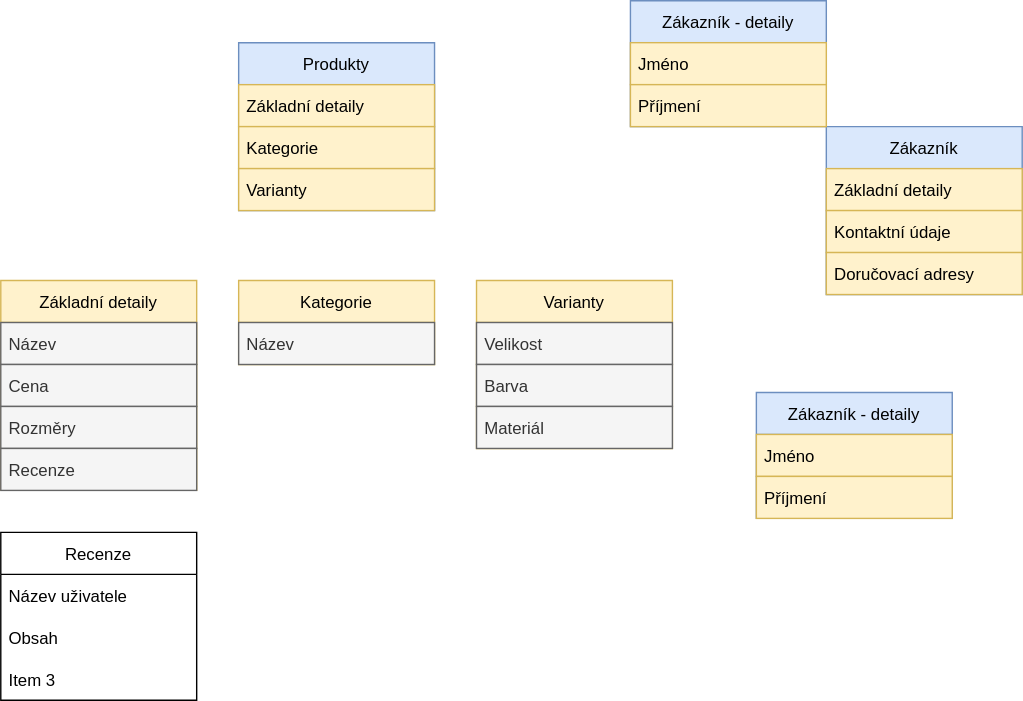
TomasKelbasa/diagrams.net keeps this draw.io diagram as Eshop.drawio.svg. Above is the earlier version. Source tidied: cells renumbered, new cells last; positions are measured from the earlier drawing's top-left corner, leaving out a move shared by most shapes.
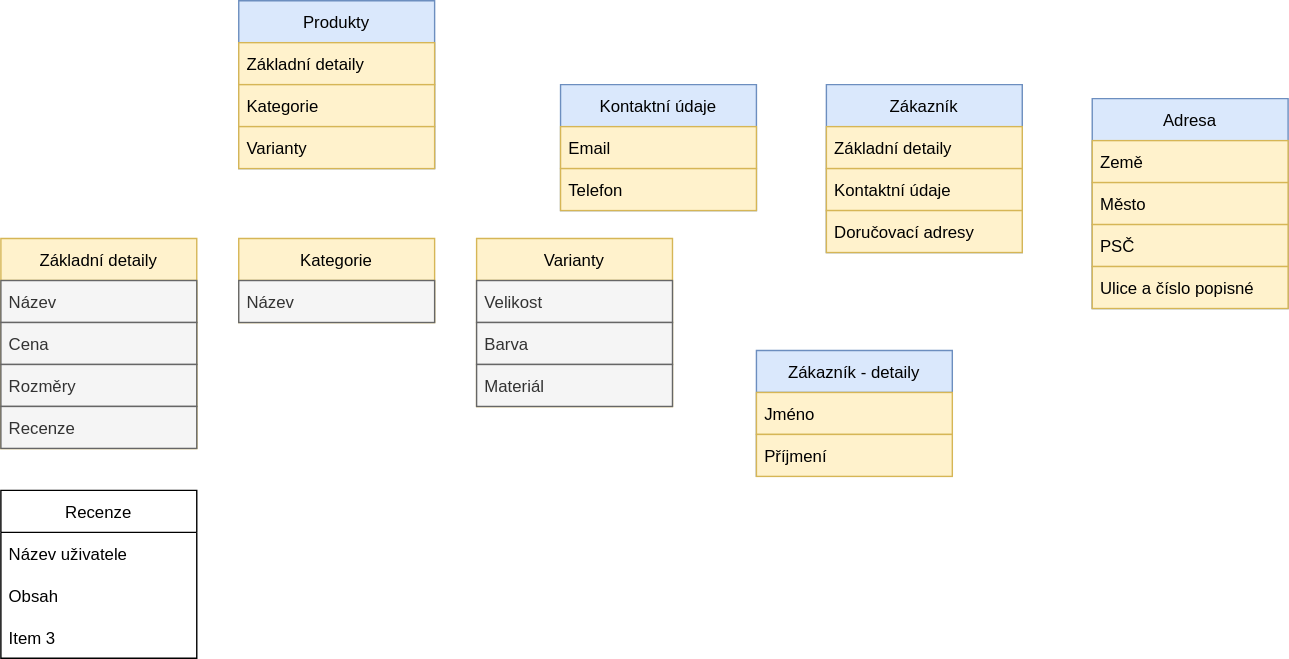
After the change.

Diff of the diagram source:
```diff
@@ -68,15 +68,30 @@
     <mxCell id="23" value="Příjmení" style="text;strokeColor=#d6b656;fillColor=#fff2cc;align=left;verticalAlign=middle;spacingLeft=4;spacingRight=4;overflow=hidden;" parent="21" vertex="1">
       <mxGeometry y="60" width="140" height="30" as="geometry" />
     </mxCell>
-    <mxCell id="24" value="Zákazník - detaily" style="swimlane;fontStyle=0;horizontal=1;startSize=30;fillColor=#dae8fc;strokeColor=#6c8ebf;" parent="1" vertex="1">
-      <mxGeometry x="450" width="140" height="90" as="geometry" />
-    </mxCell>
-    <mxCell id="25" value="Jméno" style="text;strokeColor=#d6b656;fillColor=#fff2cc;align=left;verticalAlign=middle;spacingLeft=4;spacingRight=4;overflow=hidden;" parent="24" vertex="1">
-      <mxGeometry y="30" width="140" height="30" as="geometry" />
-    </mxCell>
-    <mxCell id="26" value="Příjmení" style="text;strokeColor=#d6b656;fillColor=#fff2cc;align=left;verticalAlign=middle;spacingLeft=4;spacingRight=4;overflow=hidden;" parent="24" vertex="1">
-      <mxGeometry y="60" width="140" height="30" as="geometry" />
-    </mxCell>
+    <mxCell id="31" value="Kontaktní údaje" style="swimlane;fontStyle=0;horizontal=1;startSize=30;fillColor=#dae8fc;strokeColor=#6c8ebf;" parent="1" vertex="1">
+      <mxGeometry x="400" y="90" width="140" height="90" as="geometry" />
+    </mxCell>
+    <mxCell id="32" value="Email" style="text;strokeColor=#d6b656;fillColor=#fff2cc;align=left;verticalAlign=middle;spacingLeft=4;spacingRight=4;overflow=hidden;" parent="31" vertex="1">
+      <mxGeometry y="30" width="140" height="30" as="geometry" />
+    </mxCell>
+    <mxCell id="33" value="Telefon" style="text;strokeColor=#d6b656;fillColor=#fff2cc;align=left;verticalAlign=middle;spacingLeft=4;spacingRight=4;overflow=hidden;" parent="31" vertex="1">
+      <mxGeometry y="60" width="140" height="30" as="geometry" />
+    </mxCell>
+    <mxCell id="34" value="Adresa" style="swimlane;fontStyle=0;horizontal=1;startSize=30;fillColor=#dae8fc;strokeColor=#6c8ebf;" parent="1" vertex="1">
+      <mxGeometry x="780" y="100" width="140" height="150" as="geometry" />
+    </mxCell>
+    <mxCell id="35" value="Země" style="text;strokeColor=#d6b656;fillColor=#fff2cc;align=left;verticalAlign=middle;spacingLeft=4;spacingRight=4;overflow=hidden;" parent="34" vertex="1">
+      <mxGeometry y="30" width="140" height="30" as="geometry" />
+    </mxCell>
+    <mxCell id="36" value="Město" style="text;strokeColor=#d6b656;fillColor=#fff2cc;align=left;verticalAlign=middle;spacingLeft=4;spacingRight=4;overflow=hidden;" parent="34" vertex="1">
+      <mxGeometry y="60" width="140" height="30" as="geometry" />
+    </mxCell>
+    <mxCell id="37" value="PSČ" style="text;strokeColor=#d6b656;fillColor=#fff2cc;align=left;verticalAlign=middle;spacingLeft=4;spacingRight=4;overflow=hidden;" parent="34" vertex="1">
+      <mxGeometry y="90" width="140" height="30" as="geometry" />
+    </mxCell>
+    <mxCell id="38" value="Ulice a číslo popisné" style="text;strokeColor=#d6b656;fillColor=#fff2cc;align=left;verticalAlign=middle;spacingLeft=4;spacingRight=4;overflow=hidden;" parent="34" vertex="1">
+      <mxGeometry y="120" width="140" height="30" as="geometry" />
+    </mxCell>
     <mxCell id="27" value="Varianty" style="swimlane;fontStyle=0;horizontal=1;startSize=30;fillColor=#fff2cc;strokeColor=#d6b656;" parent="1" vertex="1">
       <mxGeometry x="340" y="200" width="140" height="120" as="geometry" />
     </mxCell>
```
